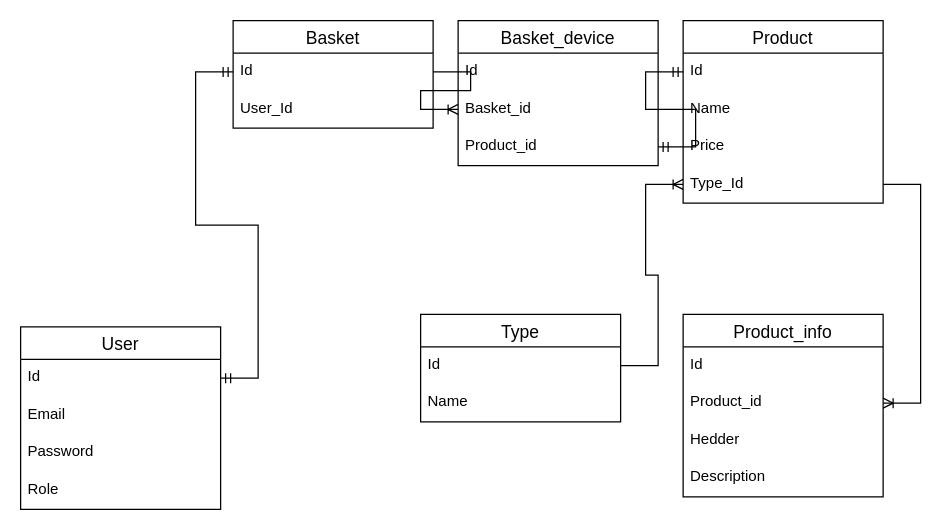
Before: Диаграмма без названия.drawio in PavelSmirnov76/OnlineStore, a draw.io diagram. Source tidied: cells renumbered, new cells numbered last; positions are measured from the earlier drawing's top-left corner, leaving out a move shared by most shapes. Both pictures are drawn from the tidied source at 125%, with x=0, y=0 at pixel (20, 20).
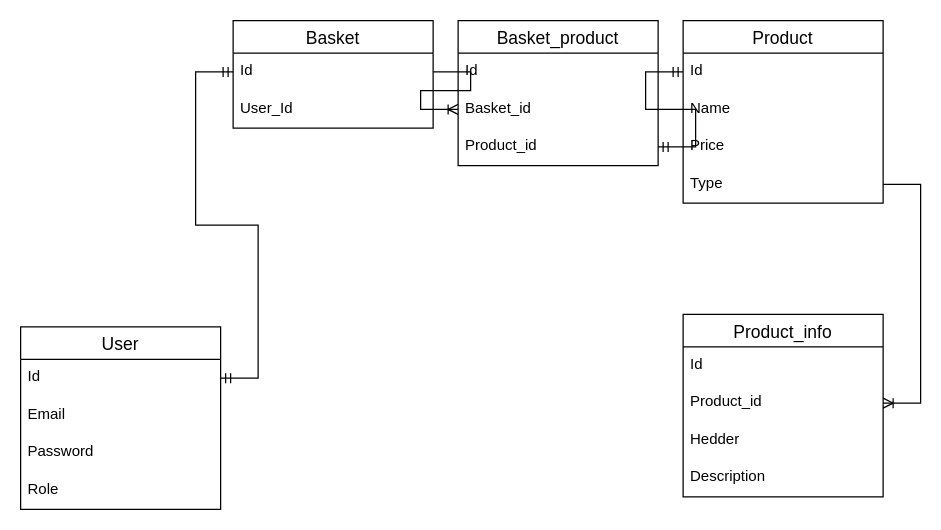
Above is the later version.

Unchanged cells that the change refers to:
```xml
<mxCell id="11" value="Product" style="swimlane;fontStyle=0;horizontal=1;startSize=26;align=center;fontSize=14;" parent="1" vertex="1">
  <mxGeometry x="530" width="160" height="146" as="geometry" />
</mxCell>
```

Change to the diagram source:
```diff
@@
-    <mxCell id="15" value="Type_Id" style="text;strokeColor=none;fillColor=none;spacingLeft=4;spacingRight=4;overflow=hidden;points=[[0,0.5],[1,0.5]];portConstraint=eastwest;fontSize=12;" parent="11" vertex="1">
+    <mxCell id="15" value="Type&#10;" style="text;strokeColor=none;fillColor=none;spacingLeft=4;spacingRight=4;overflow=hidden;points=[[0,0.5],[1,0.5]];portConstraint=eastwest;fontSize=12;" parent="11" vertex="1">
       <mxGeometry y="116" width="160" height="30" as="geometry" />
     </mxCell>
-    <mxCell id="16" value="Type" style="swimlane;fontStyle=0;horizontal=1;startSize=26;align=center;fontSize=14;" parent="1" vertex="1">
-      <mxGeometry x="320" y="235" width="160" height="86" as="geometry" />
-    </mxCell>
-    <mxCell id="17" value="Id" style="text;strokeColor=none;fillColor=none;spacingLeft=4;spacingRight=4;overflow=hidden;points=[[0,0.5],[1,0.5]];portConstraint=eastwest;fontSize=12;" parent="16" vertex="1">
-      <mxGeometry y="26" width="160" height="30" as="geometry" />
-    </mxCell>
-    <mxCell id="18" value="Name" style="text;strokeColor=none;fillColor=none;spacingLeft=4;spacingRight=4;overflow=hidden;fontSize=12;" parent="16" vertex="1">
-      <mxGeometry y="56" width="160" height="30" as="geometry" />
-    </mxCell>
-    <mxCell id="19" style="edgeStyle=entityRelationEdgeStyle;fontSize=12;html=1;endArrow=ERoneToMany;rounded=0;exitX=1;exitY=0.5;exitDx=0;exitDy=0;entryX=0;entryY=0.5;entryDx=0;entryDy=0;" parent="1" edge="1" source="17" target="15">
-      <mxGeometry relative="1" as="geometry" />
-    </mxCell>
@@
-    <mxCell id="26" value="Basket_device" style="swimlane;fontStyle=0;horizontal=1;startSize=26;align=center;fontSize=14;" parent="1" vertex="1">
+    <mxCell id="26" value="Basket_product" style="swimlane;fontStyle=0;horizontal=1;startSize=26;align=center;fontSize=14;" parent="1" vertex="1">
       <mxGeometry x="350" width="160" height="116" as="geometry" />
     </mxCell>
```
